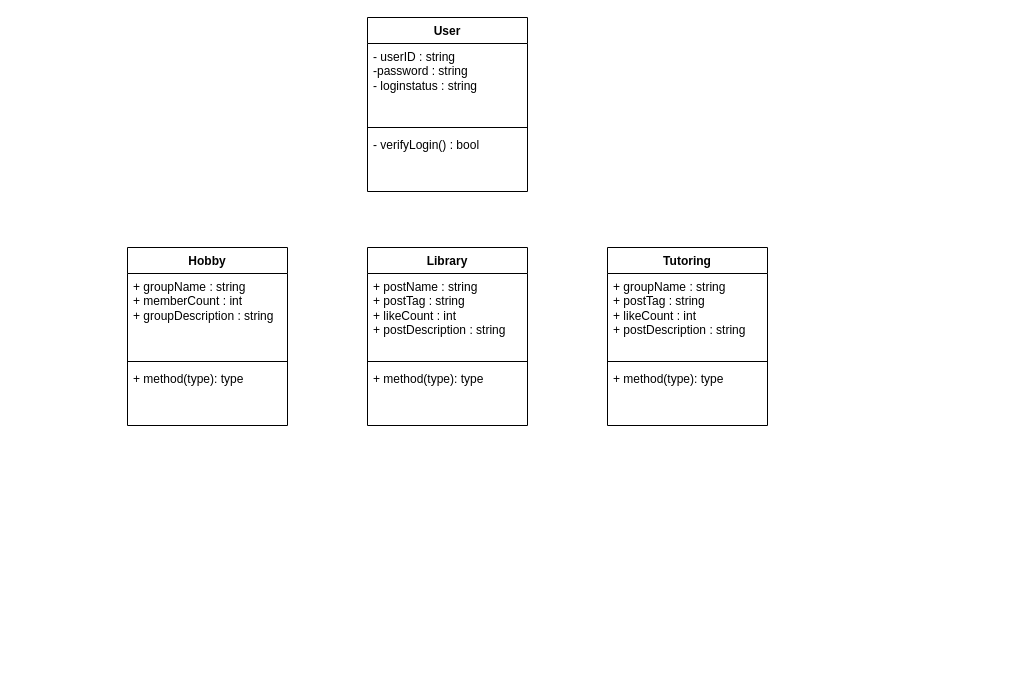
Above: usecasefinalproject.drawio in Not6629/git102 (draw.io), before the change. Source tidied: cells renumbered, new cells numbered last; positions are measured from the earlier drawing's top-left corner, leaving out a move shared by most shapes. Both pictures are drawn from the tidied source at 100%, with x=0, y=0 at pixel (127, 17).
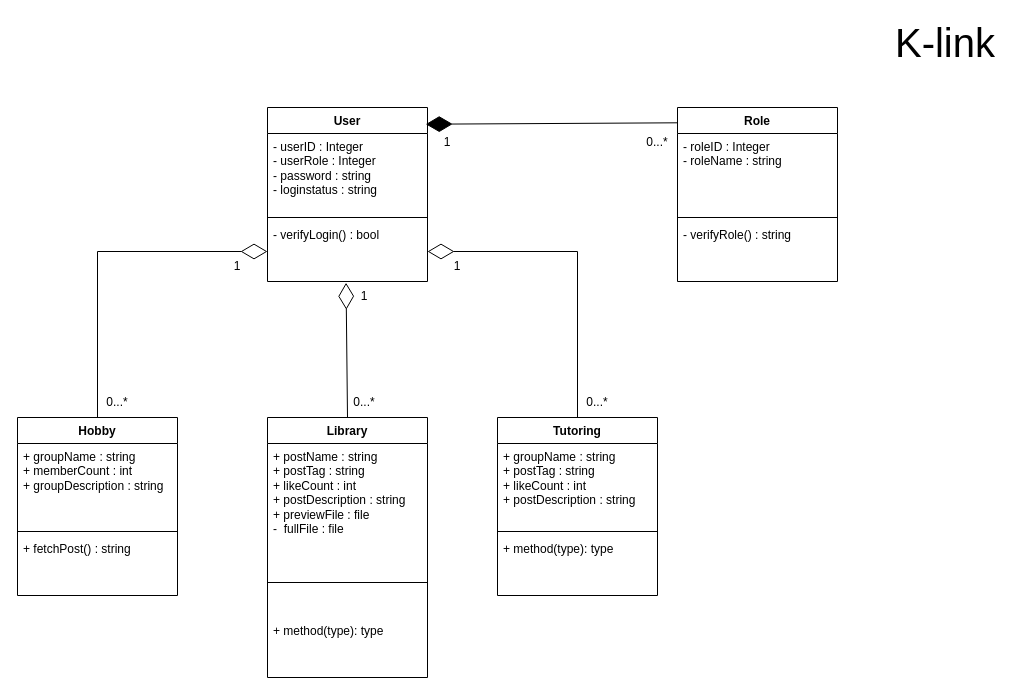
The same page after the edit.

Unchanged cells that the change refers to:
```xml
<mxCell id="17" value="- verifyLogin() : bool" style="text;strokeColor=none;fillColor=none;align=left;verticalAlign=top;spacingLeft=4;spacingRight=4;overflow=hidden;points=[[0,0.5],[1,0.5]];portConstraint=eastwest;whiteSpace=wrap;html=1;" parent="14" vertex="1">
  <mxGeometry y="114" width="160" height="60" as="geometry" />
</mxCell>
```

Change to the diagram source:
```diff
@@
     <mxCell id="2" value="Hobby" style="swimlane;fontStyle=1;align=center;verticalAlign=top;horizontal=1;startSize=26;whiteSpace=wrap;html=1;" parent="1" vertex="1">
-      <mxGeometry y="230" width="160" height="178" as="geometry" />
+      <mxGeometry x="-110" y="400" width="160" height="178" as="geometry" />
     </mxCell>
@@
-    <mxCell id="5" value="+ method(type): type" style="text;strokeColor=none;fillColor=none;align=left;verticalAlign=top;spacingLeft=4;spacingRight=4;overflow=hidden;whiteSpace=wrap;html=1;" parent="2" vertex="1">
+    <mxCell id="5" value="+ fetchPost() : string" style="text;strokeColor=none;fillColor=none;align=left;verticalAlign=top;spacingLeft=4;spacingRight=4;overflow=hidden;whiteSpace=wrap;html=1;" parent="2" vertex="1">
       <mxGeometry y="118" width="160" height="60" as="geometry" />
     </mxCell>
     <mxCell id="6" value="Library" style="swimlane;fontStyle=1;align=center;verticalAlign=top;horizontal=1;startSize=26;whiteSpace=wrap;html=1;" parent="1" vertex="1">
-      <mxGeometry x="240" y="230" width="160" height="178" as="geometry" />
+      <mxGeometry x="140" y="400" width="160" height="260" as="geometry" />
     </mxCell>
-    <mxCell id="7" value="+ postName : string&lt;br&gt;+ postTag : string&lt;br style=&quot;border-color: var(--border-color); padding: 0px; margin: 0px;&quot;&gt;+ likeCount : int&lt;br style=&quot;border-color: var(--border-color); padding: 0px; margin: 0px;&quot;&gt;+ postDescription : string&lt;div style=&quot;border-color: var(--border-color); padding: 0px; margin: 0px;&quot;&gt;&lt;br style=&quot;border-color: var(--border-color); padding: 0px; margin: 0px;&quot;&gt;&lt;/div&gt;" style="text;strokeColor=none;fillColor=none;align=left;verticalAlign=top;spacingLeft=4;spacingRight=4;overflow=hidden;whiteSpace=wrap;html=1;" parent="6" vertex="1">
-      <mxGeometry y="26" width="160" height="84" as="geometry" />
+    <mxCell id="7" value="+ postName : string&lt;br&gt;+ postTag : string&lt;br style=&quot;border-color: var(--border-color); padding: 0px; margin: 0px;&quot;&gt;+ likeCount : int&lt;br style=&quot;border-color: var(--border-color); padding: 0px; margin: 0px;&quot;&gt;+ postDescription : string&lt;div style=&quot;border-color: var(--border-color); padding: 0px; margin: 0px;&quot;&gt;+ previewFile : file&lt;/div&gt;&lt;div style=&quot;border-color: var(--border-color); padding: 0px; margin: 0px;&quot;&gt;-&amp;nbsp; fullFile : file&lt;/div&gt;" style="text;strokeColor=none;fillColor=none;align=left;verticalAlign=top;spacingLeft=4;spacingRight=4;overflow=hidden;whiteSpace=wrap;html=1;" parent="6" vertex="1">
+      <mxGeometry y="26" width="160" height="104" as="geometry" />
     </mxCell>
     <mxCell id="8" style="line;strokeWidth=1;fillColor=none;align=left;verticalAlign=middle;spacingTop=-1;spacingLeft=3;spacingRight=3;labelPosition=right;strokeColor=inherit;" parent="6" vertex="1">
-      <mxGeometry y="110" width="160" height="8" as="geometry" />
+      <mxGeometry y="130" width="160" height="70" as="geometry" />
     </mxCell>
     <mxCell id="9" value="+ method(type): type" style="text;strokeColor=none;fillColor=none;align=left;verticalAlign=top;spacingLeft=4;spacingRight=4;overflow=hidden;whiteSpace=wrap;html=1;" parent="6" vertex="1">
-      <mxGeometry y="118" width="160" height="60" as="geometry" />
+      <mxGeometry y="200" width="160" height="60" as="geometry" />
     </mxCell>
     <mxCell id="10" value="Tutoring" style="swimlane;fontStyle=1;align=center;verticalAlign=top;horizontal=1;startSize=26;whiteSpace=wrap;html=1;" parent="1" vertex="1">
-      <mxGeometry x="480" y="230" width="160" height="178" as="geometry" />
+      <mxGeometry x="370" y="400" width="160" height="178" as="geometry" />
     </mxCell>
@@
     <mxCell id="14" value="User" style="swimlane;fontStyle=1;align=center;verticalAlign=top;horizontal=1;startSize=26;whiteSpace=wrap;html=1;" parent="1" vertex="1">
-      <mxGeometry x="240" width="160" height="174" as="geometry" />
+      <mxGeometry x="140" y="90" width="160" height="174" as="geometry" />
     </mxCell>
-    <mxCell id="15" value="- userID : string&lt;br&gt;-password : string&lt;br&gt;- loginstatus : string" style="text;strokeColor=none;fillColor=none;align=left;verticalAlign=top;spacingLeft=4;spacingRight=4;overflow=hidden;whiteSpace=wrap;html=1;" parent="14" vertex="1">
+    <mxCell id="15" value="- userID : Integer&lt;br&gt;- userRole : Integer&lt;br&gt;- password : string&lt;br&gt;- loginstatus : string" style="text;strokeColor=none;fillColor=none;align=left;verticalAlign=top;spacingLeft=4;spacingRight=4;overflow=hidden;whiteSpace=wrap;html=1;" parent="14" vertex="1">
       <mxGeometry y="26" width="160" height="80" as="geometry" />
     </mxCell>
@@
+    <mxCell id="18" value="Role" style="swimlane;fontStyle=1;align=center;verticalAlign=top;horizontal=1;startSize=26;whiteSpace=wrap;html=1;" parent="1" vertex="1">
+      <mxGeometry x="550" y="90" width="160" height="174" as="geometry" />
+    </mxCell>
+    <mxCell id="19" value="- roleID : Integer&lt;br&gt;- roleName : string" style="text;strokeColor=none;fillColor=none;align=left;verticalAlign=top;spacingLeft=4;spacingRight=4;overflow=hidden;whiteSpace=wrap;html=1;" parent="18" vertex="1">
+      <mxGeometry y="26" width="160" height="80" as="geometry" />
+    </mxCell>
+    <mxCell id="20" style="line;strokeWidth=1;fillColor=none;align=left;verticalAlign=middle;spacingTop=-1;spacingLeft=3;spacingRight=3;labelPosition=right;strokeColor=inherit;" parent="18" vertex="1">
+      <mxGeometry y="106" width="160" height="8" as="geometry" />
+    </mxCell>
+    <mxCell id="21" value="- verifyRole() : string" style="text;strokeColor=none;fillColor=none;align=left;verticalAlign=top;spacingLeft=4;spacingRight=4;overflow=hidden;whiteSpace=wrap;html=1;" parent="18" vertex="1">
+      <mxGeometry y="114" width="160" height="60" as="geometry" />
+    </mxCell>
+    <mxCell id="22" style="endArrow=diamondThin;endFill=1;endSize=24;html=1;rounded=0;exitX=0.002;exitY=0.088;exitDx=0;exitDy=0;exitPerimeter=0;entryX=0.989;entryY=0.096;entryDx=0;entryDy=0;entryPerimeter=0;" parent="1" edge="1" source="18" target="14">
+      <mxGeometry relative="1" as="geometry" />
+    </mxCell>
+    <mxCell id="23" style="endArrow=diamondThin;endFill=0;endSize=24;html=1;rounded=0;exitX=0.5;exitY=0;exitDx=0;exitDy=0;entryX=0;entryY=0.5;entryDx=0;entryDy=0;edgeStyle=orthogonalEdgeStyle;" parent="1" edge="1" source="2" target="17">
+      <mxGeometry relative="1" as="geometry" />
+    </mxCell>
+    <mxCell id="24" style="endArrow=diamondThin;endFill=0;endSize=24;html=1;rounded=0;exitX=0.5;exitY=0;exitDx=0;exitDy=0;entryX=0.491;entryY=1.021;entryDx=0;entryDy=0;entryPerimeter=0;" parent="1" edge="1" source="6" target="17">
+      <mxGeometry relative="1" as="geometry" />
+    </mxCell>
+    <mxCell id="25" style="endArrow=diamondThin;endFill=0;endSize=24;html=1;rounded=0;exitX=0.5;exitY=0;exitDx=0;exitDy=0;entryX=1;entryY=0.5;entryDx=0;entryDy=0;edgeStyle=orthogonalEdgeStyle;" parent="1" edge="1" source="10" target="17">
+      <mxGeometry relative="1" as="geometry" />
+    </mxCell>
+    <mxCell id="26" value="0...*" style="text;html=1;strokeColor=none;fillColor=none;align=center;verticalAlign=middle;whiteSpace=wrap;rounded=0;" parent="1" vertex="1">
+      <mxGeometry x="-40" y="370" width="60" height="30" as="geometry" />
+    </mxCell>
+    <mxCell id="27" value="0...*" style="text;html=1;strokeColor=none;fillColor=none;align=center;verticalAlign=middle;whiteSpace=wrap;rounded=0;" parent="1" vertex="1">
+      <mxGeometry x="207" y="370" width="60" height="30" as="geometry" />
+    </mxCell>
+    <mxCell id="28" value="0...*" style="text;html=1;strokeColor=none;fillColor=none;align=center;verticalAlign=middle;whiteSpace=wrap;rounded=0;" parent="1" vertex="1">
+      <mxGeometry x="440" y="370" width="60" height="30" as="geometry" />
+    </mxCell>
+    <mxCell id="29" value="0...*" style="text;html=1;strokeColor=none;fillColor=none;align=center;verticalAlign=middle;whiteSpace=wrap;rounded=0;" parent="1" vertex="1">
+      <mxGeometry x="500" y="110" width="60" height="30" as="geometry" />
+    </mxCell>
+    <mxCell id="30" value="1" style="text;html=1;strokeColor=none;fillColor=none;align=center;verticalAlign=middle;whiteSpace=wrap;rounded=0;" parent="1" vertex="1">
+      <mxGeometry x="80" y="234" width="60" height="30" as="geometry" />
+    </mxCell>
+    <mxCell id="31" value="1" style="text;html=1;strokeColor=none;fillColor=none;align=center;verticalAlign=middle;whiteSpace=wrap;rounded=0;" parent="1" vertex="1">
+      <mxGeometry x="207" y="264" width="60" height="30" as="geometry" />
+    </mxCell>
+    <mxCell id="32" value="1" style="text;html=1;strokeColor=none;fillColor=none;align=center;verticalAlign=middle;whiteSpace=wrap;rounded=0;" parent="1" vertex="1">
+      <mxGeometry x="300" y="234" width="60" height="30" as="geometry" />
+    </mxCell>
+    <mxCell id="33" value="1" style="text;html=1;strokeColor=none;fillColor=none;align=center;verticalAlign=middle;whiteSpace=wrap;rounded=0;" parent="1" vertex="1">
+      <mxGeometry x="290" y="110" width="60" height="30" as="geometry" />
+    </mxCell>
+    <mxCell id="34" value="K-link" style="text;html=1;strokeColor=none;fillColor=none;align=center;verticalAlign=middle;whiteSpace=wrap;rounded=0;fontSize=40;" parent="1" vertex="1">
+      <mxGeometry x="753" y="10" width="130" height="30" as="geometry" />
+    </mxCell>
```
